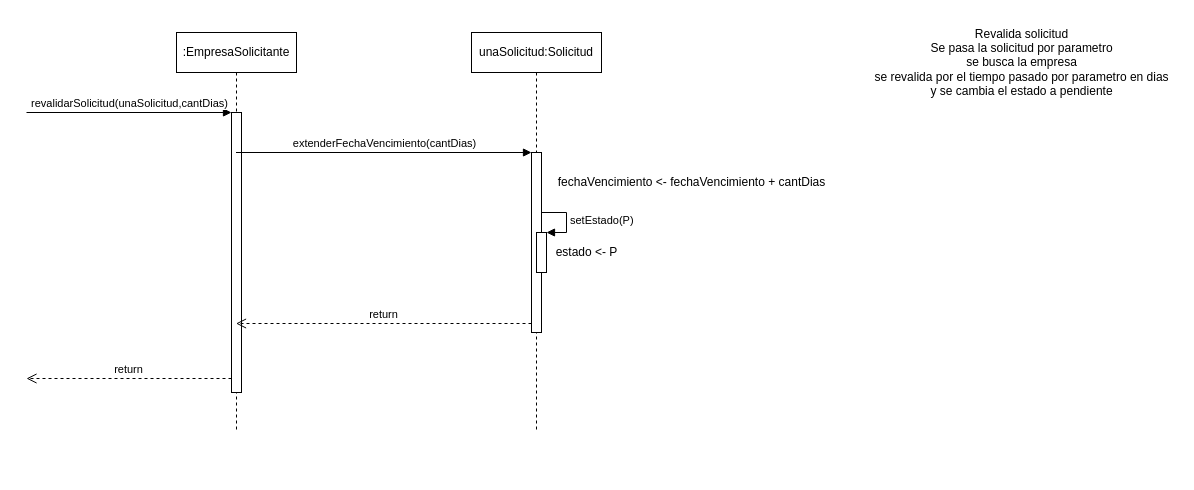
This is page "8" (7 of 8) of TPOFinal_POO.drawio from Torgeck/TPFinalPoo, a draw.io file, before an edit. Source tidied: cells renumbered, new cells numbered last; positions are measured from the earlier drawing's top-left corner, leaving out a move shared by most shapes. Both pictures are drawn from the tidied source at 100%, with x=0, y=0 at pixel (26, 22).
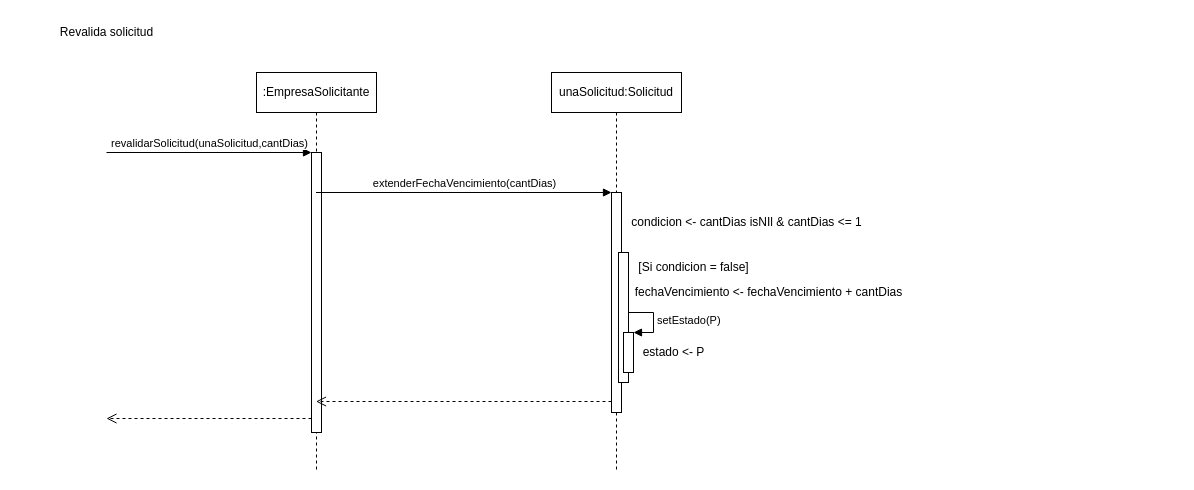
The same page after the edit.

The change refers to these unchanged cells:
```xml
<mxCell id="4" style="html=1;points=[];perimeter=orthogonalPerimeter;" parent="3" vertex="1">
  <mxGeometry x="55" y="80" width="10" height="280" as="geometry" />
</mxCell>
```

The edit, as a diff of the source:
```diff
@@
-    <mxCell id="2" value="Revalida solicitud&lt;br&gt;Se pasa la solicitud por parametro&lt;br&gt;se busca la empresa&lt;br&gt;se revalida por el tiempo pasado por parametro en dias&lt;br&gt;y se cambia el estado a pendiente" style="text;html=1;align=center;verticalAlign=middle;" parent="1" vertex="1">
-      <mxGeometry x="840" width="310" height="80" as="geometry" />
-    </mxCell>
     <mxCell id="3" value=":EmpresaSolicitante" style="shape=umlLifeline;perimeter=lifelinePerimeter;whiteSpace=wrap;html=1;outlineConnect=0;" parent="1" vertex="1">
-      <mxGeometry x="150" y="10" width="120" height="400" as="geometry" />
+      <mxGeometry x="230" y="50" width="120" height="400" as="geometry" />
     </mxCell>
@@
     <mxCell id="5" value="revalidarSolicitud(unaSolicitud,cantDias)" style="html=1;verticalAlign=bottom;endArrow=block;entryX=0;entryY=0;" parent="1" edge="1" target="4">
       <mxGeometry relative="1" as="geometry">
-        <mxPoint y="90" as="sourcePoint" />
+        <mxPoint x="80" y="130" as="sourcePoint" />
       </mxGeometry>
     </mxCell>
-    <mxCell id="6" value="return" style="html=1;verticalAlign=bottom;endArrow=open;dashed=1;endSize=8;exitX=0;exitY=0.95;" parent="1" edge="1" source="4">
+    <mxCell id="6" style="html=1;verticalAlign=bottom;endArrow=open;dashed=1;endSize=8;exitX=0;exitY=0.95;" parent="1" edge="1" source="4">
       <mxGeometry relative="1" as="geometry">
-        <mxPoint y="356" as="targetPoint" />
+        <mxPoint x="80" y="396" as="targetPoint" />
       </mxGeometry>
     </mxCell>
     <mxCell id="7" value="unaSolicitud:Solicitud" style="shape=umlLifeline;perimeter=lifelinePerimeter;whiteSpace=wrap;html=1;" parent="1" vertex="1">
-      <mxGeometry x="445" y="10" width="130" height="400" as="geometry" />
+      <mxGeometry x="525" y="50" width="130" height="400" as="geometry" />
     </mxCell>
-    <mxCell id="8" style="html=1;points=[];perimeter=orthogonalPerimeter;" parent="7" vertex="1">
-      <mxGeometry x="60" y="120" width="10" height="180" as="geometry" />
-    </mxCell>
-    <mxCell id="9" style="html=1;points=[];perimeter=orthogonalPerimeter;" parent="7" vertex="1">
-      <mxGeometry x="65" y="200" width="10" height="40" as="geometry" />
-    </mxCell>
-    <mxCell id="10" value="setEstado(P)" style="edgeStyle=orthogonalEdgeStyle;html=1;align=left;spacingLeft=2;endArrow=block;rounded=0;entryX=1;entryY=0;" parent="7" edge="1" target="9">
-      <mxGeometry relative="1" as="geometry">
-        <mxPoint x="70" y="180" as="sourcePoint" />
-        <Array as="points">
-          <mxPoint x="95" y="180" />
-        </Array>
-      </mxGeometry>
-    </mxCell>
@@
-    <mxCell id="12" value="return" style="html=1;verticalAlign=bottom;endArrow=open;dashed=1;endSize=8;exitX=0;exitY=0.95;" parent="1" edge="1" source="8" target="3">
+    <mxCell id="12" style="html=1;verticalAlign=bottom;endArrow=open;dashed=1;endSize=8;exitX=0;exitY=0.95;" parent="1" edge="1" source="8" target="3">
       <mxGeometry relative="1" as="geometry" />
     </mxCell>
     <mxCell id="13" value="fechaVencimiento &amp;lt;- fechaVencimiento + cantDias" style="text;html=1;align=center;verticalAlign=middle;" parent="1" vertex="1">
-      <mxGeometry x="525" y="150" width="280" height="20" as="geometry" />
+      <mxGeometry x="602" y="260" width="280" height="20" as="geometry" />
     </mxCell>
     <mxCell id="14" value="estado &amp;lt;- P" style="text;html=1;align=center;verticalAlign=middle;" parent="1" vertex="1">
-      <mxGeometry x="520" y="220" width="80" height="20" as="geometry" />
+      <mxGeometry x="607" y="320" width="80" height="20" as="geometry" />
     </mxCell>
+    <mxCell id="8" style="html=1;points=[];perimeter=orthogonalPerimeter;" parent="1" vertex="1">
+      <mxGeometry x="585" y="170" width="10" height="220" as="geometry" />
+    </mxCell>
+    <mxCell id="15" style="html=1;perimeter=orthogonalPerimeter;fontSize=12;" parent="1" vertex="1">
+      <mxGeometry x="592" y="230" width="10" height="130" as="geometry" />
+    </mxCell>
+    <mxCell id="9" style="html=1;points=[];perimeter=orthogonalPerimeter;" parent="1" vertex="1">
+      <mxGeometry x="597" y="310" width="10" height="40" as="geometry" />
+    </mxCell>
+    <mxCell id="10" value="setEstado(P)" style="edgeStyle=orthogonalEdgeStyle;html=1;align=left;spacingLeft=2;endArrow=block;rounded=0;entryX=1;entryY=0;" parent="1" edge="1" target="9">
+      <mxGeometry relative="1" as="geometry">
+        <mxPoint x="602" y="290" as="sourcePoint" />
+        <Array as="points">
+          <mxPoint x="627" y="290" />
+        </Array>
+      </mxGeometry>
+    </mxCell>
+    <mxCell id="16" value="condicion &amp;lt;- cantDias isNIl &amp;amp; cantDias &amp;lt;= 1" style="text;html=1;align=center;verticalAlign=middle;strokeColor=none;fillColor=none;fontSize=12;" parent="1" vertex="1">
+      <mxGeometry x="595" y="185" width="250" height="30" as="geometry" />
+    </mxCell>
+    <mxCell id="17" value="[Si condicion = false]" style="text;html=1;align=center;verticalAlign=middle;strokeColor=none;fillColor=none;fontSize=12;" parent="1" vertex="1">
+      <mxGeometry x="602" y="230" width="130" height="30" as="geometry" />
+    </mxCell>
+    <mxCell id="18" value="Revalida solicitud" style="text;html=1;align=center;verticalAlign=middle;strokeColor=none;fillColor=none;fontSize=12;" parent="1" vertex="1">
+      <mxGeometry x="20" y="-5" width="120" height="30" as="geometry" />
+    </mxCell>
```
